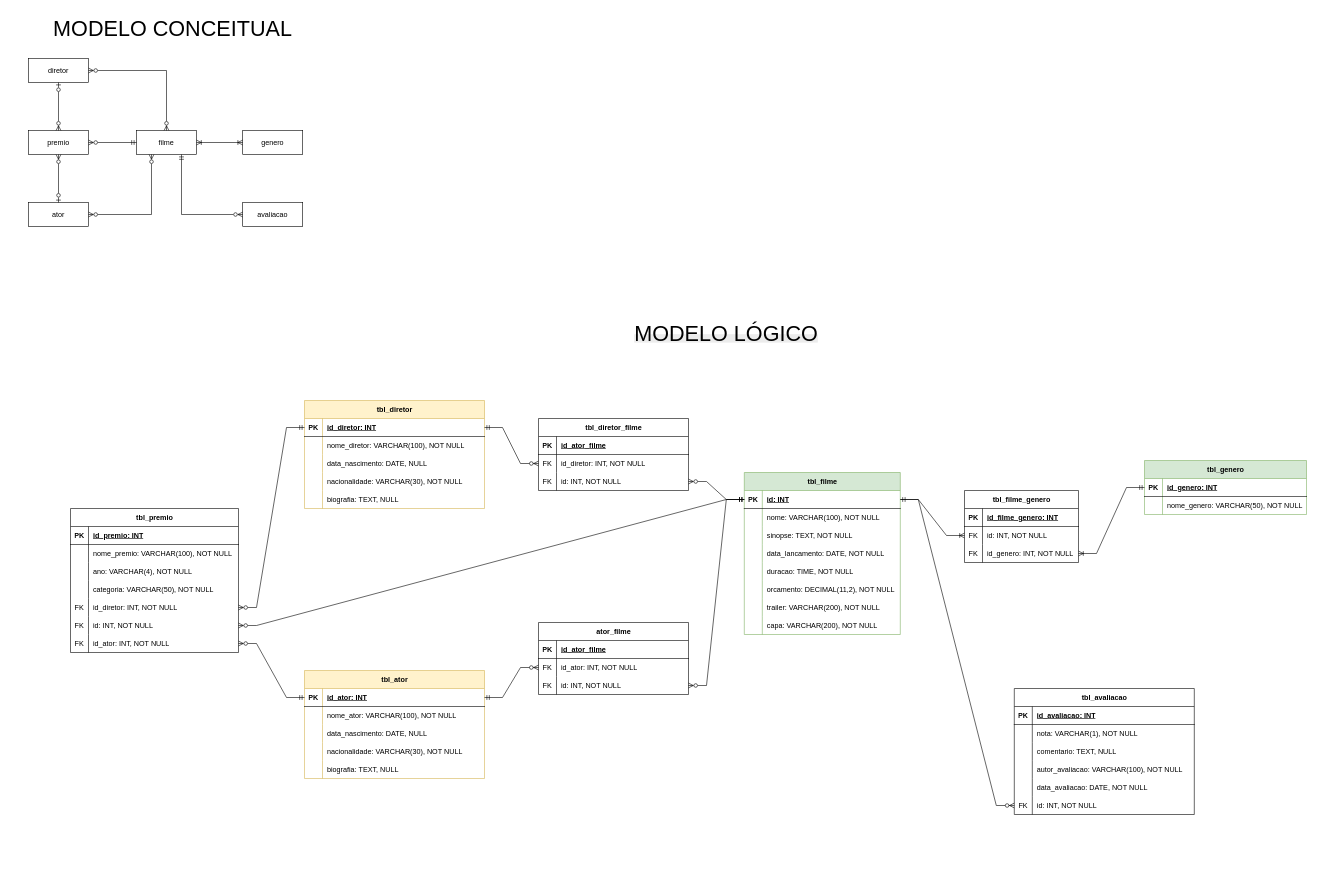
This is database/modelagem-db-locadora.drawio from marcelo23vds/api-locadora, a draw.io file, before an edit. Source tidied: cells renumbered, new cells numbered last; positions are measured from the earlier drawing's top-left corner, leaving out a move shared by most shapes. Both pictures are drawn from the tidied source at 60%, with x=0, y=0 at pixel (28, 10).
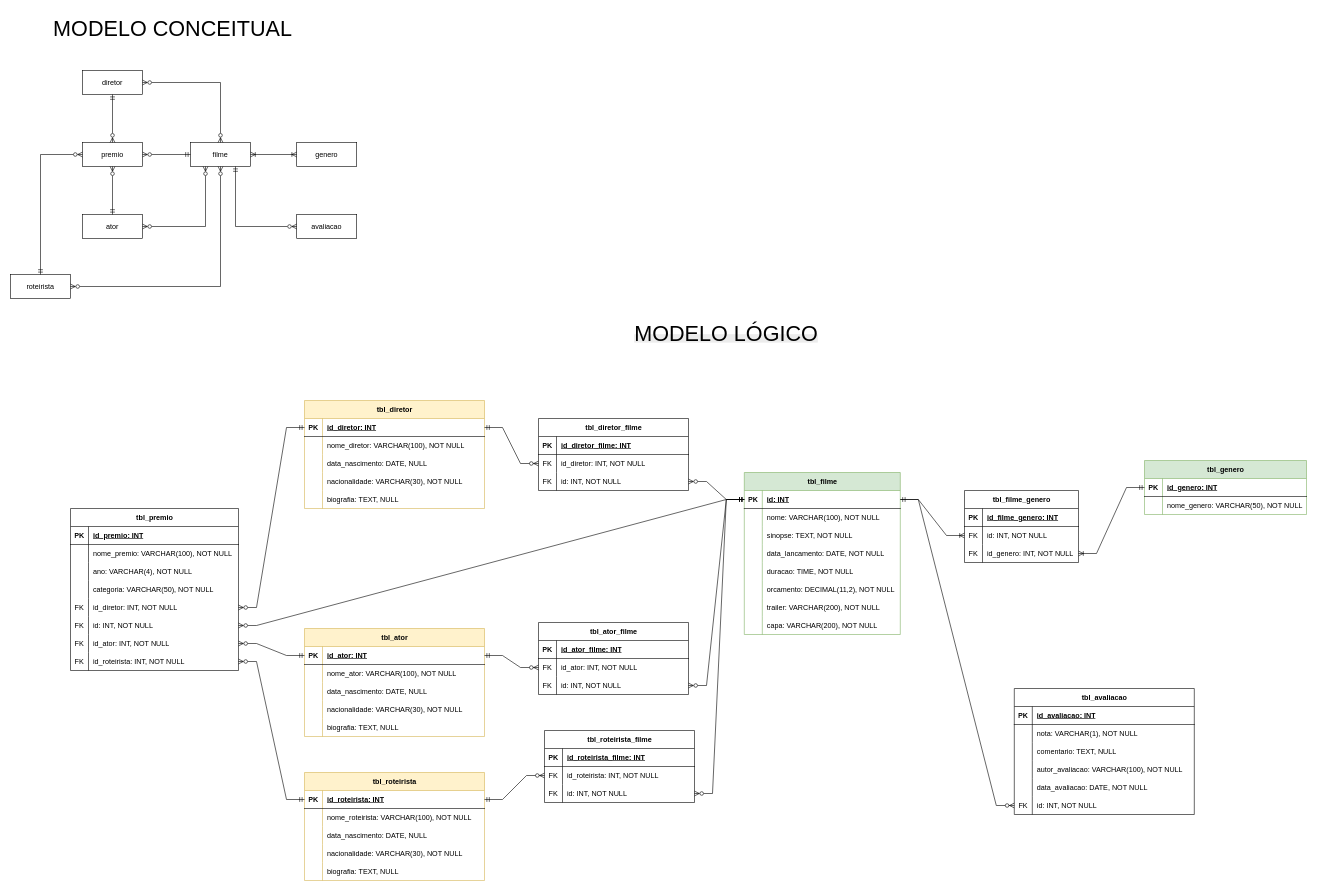
Above is the later version.

Commit message (it also covers changes not shown here):
CRUD da tabela Ator OK; proximo passo: CRUD da tabela de Diretor e tabela de Roteirista

Unchanged cells that the change refers to:
```xml
<mxCell id="14" style="shape=tableRow;horizontal=0;startSize=0;swimlaneHead=0;swimlaneBody=0;fillColor=none;points=[[0,0.5],[1,0.5]];portConstraint=eastwest;top=0;left=0;right=0;bottom=1;" parent="13" vertex="1">
  <mxGeometry y="30" width="260" height="30" as="geometry" />
</mxCell>
<mxCell id="104" style="shape=tableRow;horizontal=0;startSize=0;swimlaneHead=0;swimlaneBody=0;fillColor=none;top=0;left=0;right=0;bottom=1;" parent="103" vertex="1">
  <mxGeometry y="30" width="250" height="30" as="geometry" />
</mxCell>
<mxCell id="146" style="shape=tableRow;horizontal=0;startSize=0;swimlaneHead=0;swimlaneBody=0;fillColor=none;top=0;left=0;right=0;bottom=1;" parent="145" vertex="1">
  <mxGeometry y="30" width="250" height="30" as="geometry" />
</mxCell>
```

The edit, as a diff of the source:
```diff
@@
     <mxCell id="2" value="filme" style="whiteSpace=wrap;html=1;align=center;" parent="1" vertex="1">
-      <mxGeometry x="180" y="200" width="100" height="40" as="geometry" />
+      <mxGeometry x="270" y="220" width="100" height="40" as="geometry" />
     </mxCell>
     <mxCell id="3" value="ator" style="whiteSpace=wrap;html=1;align=center;" parent="1" vertex="1">
-      <mxGeometry y="320" width="100" height="40" as="geometry" />
+      <mxGeometry x="90" y="340" width="100" height="40" as="geometry" />
     </mxCell>
     <mxCell id="4" value="genero" style="whiteSpace=wrap;html=1;align=center;" parent="1" vertex="1">
-      <mxGeometry x="357" y="200" width="100" height="40" as="geometry" />
+      <mxGeometry x="447" y="220" width="100" height="40" as="geometry" />
     </mxCell>
     <mxCell id="5" value="premio" style="whiteSpace=wrap;html=1;align=center;" parent="1" vertex="1">
-      <mxGeometry y="200" width="100" height="40" as="geometry" />
+      <mxGeometry x="90" y="220" width="100" height="40" as="geometry" />
     </mxCell>
     <mxCell id="6" value="avaliacao" style="whiteSpace=wrap;html=1;align=center;" parent="1" vertex="1">
-      <mxGeometry x="357" y="320" width="100" height="40" as="geometry" />
+      <mxGeometry x="447" y="340" width="100" height="40" as="geometry" />
     </mxCell>
@@
-    <mxCell id="8" style="endArrow=ERzeroToOne;html=1;rounded=0;startArrow=ERzeroToMany;startFill=0;endFill=0;" parent="1" edge="1" source="5" target="3">
+    <mxCell id="8" style="endArrow=ERmandOne;html=1;rounded=0;startArrow=ERzeroToMany;startFill=0;endFill=0;" parent="1" edge="1" source="5" target="3">
       <mxGeometry relative="1" as="geometry" />
     </mxCell>
     <mxCell id="9" style="endArrow=ERzeroToMany;html=1;rounded=0;startArrow=ERzeroToMany;startFill=0;endFill=0;entryX=0.25;entryY=1;entryDx=0;entryDy=0;" parent="1" edge="1" source="3" target="2">
       <mxGeometry relative="1" as="geometry">
         <Array as="points">
-          <mxPoint x="205" y="340" />
+          <mxPoint x="295" y="360" />
         </Array>
       </mxGeometry>
     </mxCell>
     <mxCell id="10" style="endArrow=ERzeroToMany;html=1;rounded=0;startArrow=ERmandOne;startFill=0;endFill=0;exitX=0.75;exitY=1;exitDx=0;exitDy=0;" parent="1" edge="1" source="2" target="6">
       <mxGeometry relative="1" as="geometry">
         <Array as="points">
-          <mxPoint x="255" y="340" />
+          <mxPoint x="345" y="360" />
         </Array>
       </mxGeometry>
     </mxCell>
@@
     <mxCell id="39" value="tbl_premio" style="shape=table;startSize=30;childLayout=tableLayout;rowLines=0;fontStyle=1;align=center;html=1;" parent="1" vertex="1">
-      <mxGeometry x="70" y="830" width="280" height="240" as="geometry" />
+      <mxGeometry x="70" y="830" width="280" height="270" as="geometry" />
     </mxCell>
@@
+    <mxCell id="162" style="shape=tableRow;horizontal=0;startSize=0;swimlaneHead=0;swimlaneBody=0;fillColor=none;points=[[0,0.5],[1,0.5]];portConstraint=eastwest;top=0;left=0;right=0;bottom=0;" parent="39" vertex="1">
+      <mxGeometry y="240" width="280" height="30" as="geometry" />
+    </mxCell>
+    <mxCell id="163" value="FK" style="shape=partialRectangle;fillColor=none;top=0;left=0;bottom=0;right=0;fontStyle=0;overflow=hidden;whiteSpace=wrap;html=1;" parent="162" vertex="1">
+      <mxGeometry width="30" height="30" as="geometry" />
+    </mxCell>
+    <mxCell id="164" value="id_roteirista: INT, NOT NULL" style="shape=partialRectangle;fillColor=none;top=0;left=0;bottom=0;right=0;align=left;spacingLeft=6;fontStyle=0;overflow=hidden;whiteSpace=wrap;html=1;" parent="162" vertex="1">
+      <mxGeometry x="30" width="250" height="30" as="geometry" />
+    </mxCell>
     <mxCell id="61" value="tbl_ator" style="shape=table;startSize=30;childLayout=tableLayout;rowLines=0;fontStyle=1;align=center;html=1;fillColor=#fff2cc;strokeColor=#d6b656;" parent="1" vertex="1">
-      <mxGeometry x="460" y="1100" width="300" height="180" as="geometry" />
+      <mxGeometry x="460" y="1030" width="300" height="180" as="geometry" />
     </mxCell>
@@
-    <mxCell id="103" value="ator_filme" style="shape=table;startSize=30;childLayout=tableLayout;rowLines=0;fontStyle=1;align=center;html=1;" parent="1" vertex="1">
+    <mxCell id="103" value="tbl_ator_filme" style="shape=table;startSize=30;childLayout=tableLayout;rowLines=0;fontStyle=1;align=center;html=1;" parent="1" vertex="1">
       <mxGeometry x="850" y="1020" width="250" height="120" as="geometry" />
     </mxCell>
@@
-    <mxCell id="106" value="id_ator_filme" style="shape=partialRectangle;fillColor=none;top=0;left=0;bottom=0;right=0;align=left;spacingLeft=6;fontStyle=5;overflow=hidden;whiteSpace=wrap;html=1;" parent="104" vertex="1">
+    <mxCell id="106" value="id_ator_filme: INT" style="shape=partialRectangle;fillColor=none;top=0;left=0;bottom=0;right=0;align=left;spacingLeft=6;fontStyle=5;overflow=hidden;whiteSpace=wrap;html=1;" parent="104" vertex="1">
       <mxGeometry x="30" width="220" height="30" as="geometry" />
     </mxCell>
@@
     <mxCell id="126" value="diretor" style="whiteSpace=wrap;html=1;align=center;" parent="1" vertex="1">
-      <mxGeometry y="80" width="100" height="40" as="geometry" />
+      <mxGeometry x="90" y="100" width="100" height="40" as="geometry" />
     </mxCell>
-    <mxCell id="127" style="endArrow=ERzeroToMany;html=1;rounded=0;startArrow=ERzeroToOne;startFill=0;endFill=0;" parent="1" edge="1" source="126" target="5">
+    <mxCell id="127" style="endArrow=ERzeroToMany;html=1;rounded=0;startArrow=ERmandOne;startFill=0;endFill=0;" parent="1" edge="1" source="126" target="5">
       <mxGeometry relative="1" as="geometry" />
     </mxCell>
     <mxCell id="128" style="endArrow=ERzeroToMany;html=1;rounded=0;startArrow=ERzeroToMany;startFill=0;endFill=0;" parent="1" edge="1" source="126" target="2">
       <mxGeometry relative="1" as="geometry">
         <Array as="points">
-          <mxPoint x="230" y="100" />
+          <mxPoint x="320" y="120" />
         </Array>
       </mxGeometry>
     </mxCell>
@@
-    <mxCell id="148" value="id_ator_filme" style="shape=partialRectangle;fillColor=none;top=0;left=0;bottom=0;right=0;align=left;spacingLeft=6;fontStyle=5;overflow=hidden;whiteSpace=wrap;html=1;" parent="146" vertex="1">
+    <mxCell id="148" value="id_diretor_filme: INT" style="shape=partialRectangle;fillColor=none;top=0;left=0;bottom=0;right=0;align=left;spacingLeft=6;fontStyle=5;overflow=hidden;whiteSpace=wrap;html=1;" parent="146" vertex="1">
       <mxGeometry x="30" width="220" height="30" as="geometry" />
     </mxCell>
@@
+    <mxCell id="165" value="roteirista" style="whiteSpace=wrap;html=1;align=center;" parent="1" vertex="1">
+      <mxGeometry x="-30" y="440" width="100" height="40" as="geometry" />
+    </mxCell>
+    <mxCell id="166" style="endArrow=ERzeroToMany;html=1;rounded=0;startArrow=ERzeroToMany;startFill=0;endFill=0;" parent="1" edge="1" source="165" target="2">
+      <mxGeometry relative="1" as="geometry">
+        <Array as="points">
+          <mxPoint x="320" y="460" />
+        </Array>
+      </mxGeometry>
+    </mxCell>
+    <mxCell id="167" style="endArrow=ERzeroToMany;html=1;rounded=0;endFill=0;startArrow=ERmandOne;startFill=0;" parent="1" edge="1" source="165" target="5">
+      <mxGeometry relative="1" as="geometry">
+        <Array as="points">
+          <mxPoint x="20" y="240" />
+        </Array>
+      </mxGeometry>
+    </mxCell>
+    <mxCell id="168" value="tbl_roteirista" style="shape=table;startSize=30;childLayout=tableLayout;rowLines=0;fontStyle=1;align=center;html=1;fillColor=#fff2cc;strokeColor=#d6b656;" parent="1" vertex="1">
+      <mxGeometry x="460" y="1270" width="300" height="180" as="geometry" />
+    </mxCell>
+    <mxCell id="169" style="shape=tableRow;horizontal=0;startSize=0;swimlaneHead=0;swimlaneBody=0;fillColor=none;points=[[0,0.5],[1,0.5]];portConstraint=eastwest;top=0;left=0;right=0;bottom=1;" parent="168" vertex="1">
+      <mxGeometry y="30" width="300" height="30" as="geometry" />
+    </mxCell>
+    <mxCell id="170" value="PK" style="shape=partialRectangle;fillColor=none;top=0;left=0;bottom=0;right=0;fontStyle=1;overflow=hidden;whiteSpace=wrap;html=1;" parent="169" vertex="1">
+      <mxGeometry width="30" height="30" as="geometry" />
+    </mxCell>
+    <mxCell id="171" value="id_roteirista: INT" style="shape=partialRectangle;fillColor=none;top=0;left=0;bottom=0;right=0;align=left;spacingLeft=6;fontStyle=5;overflow=hidden;whiteSpace=wrap;html=1;" parent="169" vertex="1">
+      <mxGeometry x="30" width="270" height="30" as="geometry" />
+    </mxCell>
+    <mxCell id="172" style="shape=tableRow;horizontal=0;startSize=0;swimlaneHead=0;swimlaneBody=0;fillColor=none;top=0;left=0;right=0;bottom=0;" parent="168" vertex="1">
+      <mxGeometry y="60" width="300" height="30" as="geometry" />
+    </mxCell>
+    <mxCell id="173" style="shape=partialRectangle;fillColor=none;top=0;left=0;bottom=0;right=0;overflow=hidden;whiteSpace=wrap;html=1;" parent="172" vertex="1">
+      <mxGeometry width="30" height="30" as="geometry" />
+    </mxCell>
+    <mxCell id="174" value="nome_roteirista: VARCHAR(100), NOT NULL" style="shape=partialRectangle;fillColor=none;top=0;left=0;bottom=0;right=0;align=left;spacingLeft=6;overflow=hidden;whiteSpace=wrap;html=1;" parent="172" vertex="1">
+      <mxGeometry x="30" width="270" height="30" as="geometry" />
+    </mxCell>
+    <mxCell id="175" style="shape=tableRow;horizontal=0;startSize=0;swimlaneHead=0;swimlaneBody=0;fillColor=none;top=0;left=0;right=0;bottom=0;" parent="168" vertex="1">
+      <mxGeometry y="90" width="300" height="30" as="geometry" />
+    </mxCell>
+    <mxCell id="176" style="shape=partialRectangle;fillColor=none;top=0;left=0;bottom=0;right=0;overflow=hidden;whiteSpace=wrap;html=1;" parent="175" vertex="1">
+      <mxGeometry width="30" height="30" as="geometry" />
+    </mxCell>
+    <mxCell id="177" value="data_nascimento: DATE, NULL" style="shape=partialRectangle;fillColor=none;top=0;left=0;bottom=0;right=0;align=left;spacingLeft=6;overflow=hidden;whiteSpace=wrap;html=1;" parent="175" vertex="1">
+      <mxGeometry x="30" width="270" height="30" as="geometry" />
+    </mxCell>
+    <mxCell id="178" style="shape=tableRow;horizontal=0;startSize=0;swimlaneHead=0;swimlaneBody=0;fillColor=none;top=0;left=0;right=0;bottom=0;" parent="168" vertex="1">
+      <mxGeometry y="120" width="300" height="30" as="geometry" />
+    </mxCell>
+    <mxCell id="179" style="shape=partialRectangle;fillColor=none;top=0;left=0;bottom=0;right=0;overflow=hidden;whiteSpace=wrap;html=1;" parent="178" vertex="1">
+      <mxGeometry width="30" height="30" as="geometry" />
+    </mxCell>
+    <mxCell id="180" value="nacionalidade: VARCHAR(30), NOT NULL" style="shape=partialRectangle;fillColor=none;top=0;left=0;bottom=0;right=0;align=left;spacingLeft=6;overflow=hidden;whiteSpace=wrap;html=1;" parent="178" vertex="1">
+      <mxGeometry x="30" width="270" height="30" as="geometry" />
+    </mxCell>
+    <mxCell id="181" style="shape=tableRow;horizontal=0;startSize=0;swimlaneHead=0;swimlaneBody=0;fillColor=none;top=0;left=0;right=0;bottom=0;" parent="168" vertex="1">
+      <mxGeometry y="150" width="300" height="30" as="geometry" />
+    </mxCell>
+    <mxCell id="182" style="shape=partialRectangle;fillColor=none;top=0;left=0;bottom=0;right=0;overflow=hidden;" parent="181" vertex="1">
+      <mxGeometry width="30" height="30" as="geometry" />
+    </mxCell>
+    <mxCell id="183" value="biografia: TEXT, NULL" style="shape=partialRectangle;fillColor=none;top=0;left=0;bottom=0;right=0;align=left;spacingLeft=6;overflow=hidden;" parent="181" vertex="1">
+      <mxGeometry x="30" width="270" height="30" as="geometry" />
+    </mxCell>
+    <mxCell id="184" style="edgeStyle=entityRelationEdgeStyle;fontSize=12;html=1;endArrow=ERmandOne;endFill=0;rounded=0;startArrow=ERzeroToMany;startFill=0;" parent="1" edge="1" source="162" target="169">
+      <mxGeometry relative="1" as="geometry" />
+    </mxCell>
+    <mxCell id="185" style="edgeStyle=entityRelationEdgeStyle;fontSize=12;html=1;endArrow=ERzeroToMany;endFill=1;rounded=0;startArrow=ERmandOne;startFill=0;" parent="1" edge="1" source="169" target="190">
+      <mxGeometry relative="1" as="geometry" />
+    </mxCell>
+    <mxCell id="186" value="tbl_roteirista_filme" style="shape=table;startSize=30;childLayout=tableLayout;rowLines=0;fontStyle=1;align=center;html=1;" parent="1" vertex="1">
+      <mxGeometry x="860" y="1200" width="250" height="120" as="geometry" />
+    </mxCell>
+    <mxCell id="187" style="shape=tableRow;horizontal=0;startSize=0;swimlaneHead=0;swimlaneBody=0;fillColor=none;top=0;left=0;right=0;bottom=1;" parent="186" vertex="1">
+      <mxGeometry y="30" width="250" height="30" as="geometry" />
+    </mxCell>
+    <mxCell id="188" value="PK" style="shape=partialRectangle;fillColor=none;top=0;left=0;bottom=0;right=0;fontStyle=1;overflow=hidden;whiteSpace=wrap;html=1;" parent="187" vertex="1">
+      <mxGeometry width="30" height="30" as="geometry" />
+    </mxCell>
+    <mxCell id="189" value="id_roteirista_filme: INT" style="shape=partialRectangle;fillColor=none;top=0;left=0;bottom=0;right=0;align=left;spacingLeft=6;fontStyle=5;overflow=hidden;whiteSpace=wrap;html=1;" parent="187" vertex="1">
+      <mxGeometry x="30" width="220" height="30" as="geometry" />
+    </mxCell>
+    <mxCell id="190" style="shape=tableRow;horizontal=0;startSize=0;swimlaneHead=0;swimlaneBody=0;fillColor=none;points=[[0,0.5],[1,0.5]];portConstraint=eastwest;top=0;left=0;right=0;bottom=0;" parent="186" vertex="1">
+      <mxGeometry y="60" width="250" height="30" as="geometry" />
+    </mxCell>
+    <mxCell id="191" value="FK" style="shape=partialRectangle;fillColor=none;top=0;left=0;bottom=0;right=0;fontStyle=0;overflow=hidden;whiteSpace=wrap;html=1;" parent="190" vertex="1">
+      <mxGeometry width="30" height="30" as="geometry" />
+    </mxCell>
+    <mxCell id="192" value="id_roteirista: INT, NOT NULL" style="shape=partialRectangle;fillColor=none;top=0;left=0;bottom=0;right=0;align=left;spacingLeft=6;fontStyle=0;overflow=hidden;whiteSpace=wrap;html=1;" parent="190" vertex="1">
+      <mxGeometry x="30" width="220" height="30" as="geometry" />
+    </mxCell>
+    <mxCell id="193" style="shape=tableRow;horizontal=0;startSize=0;swimlaneHead=0;swimlaneBody=0;fillColor=none;points=[[0,0.5],[1,0.5]];portConstraint=eastwest;top=0;left=0;right=0;bottom=0;" parent="186" vertex="1">
+      <mxGeometry y="90" width="250" height="30" as="geometry" />
+    </mxCell>
+    <mxCell id="194" value="FK" style="shape=partialRectangle;fillColor=none;top=0;left=0;bottom=0;right=0;fontStyle=0;overflow=hidden;whiteSpace=wrap;html=1;" parent="193" vertex="1">
+      <mxGeometry width="30" height="30" as="geometry" />
+    </mxCell>
+    <mxCell id="195" value="id: INT, NOT NULL" style="shape=partialRectangle;fillColor=none;top=0;left=0;bottom=0;right=0;align=left;spacingLeft=6;fontStyle=0;overflow=hidden;whiteSpace=wrap;html=1;" parent="193" vertex="1">
+      <mxGeometry x="30" width="220" height="30" as="geometry" />
+    </mxCell>
+    <mxCell id="196" style="edgeStyle=entityRelationEdgeStyle;fontSize=12;html=1;endArrow=ERmandOne;endFill=0;rounded=0;startArrow=ERzeroToMany;startFill=0;" parent="1" edge="1" source="193" target="14">
+      <mxGeometry relative="1" as="geometry" />
+    </mxCell>
```
